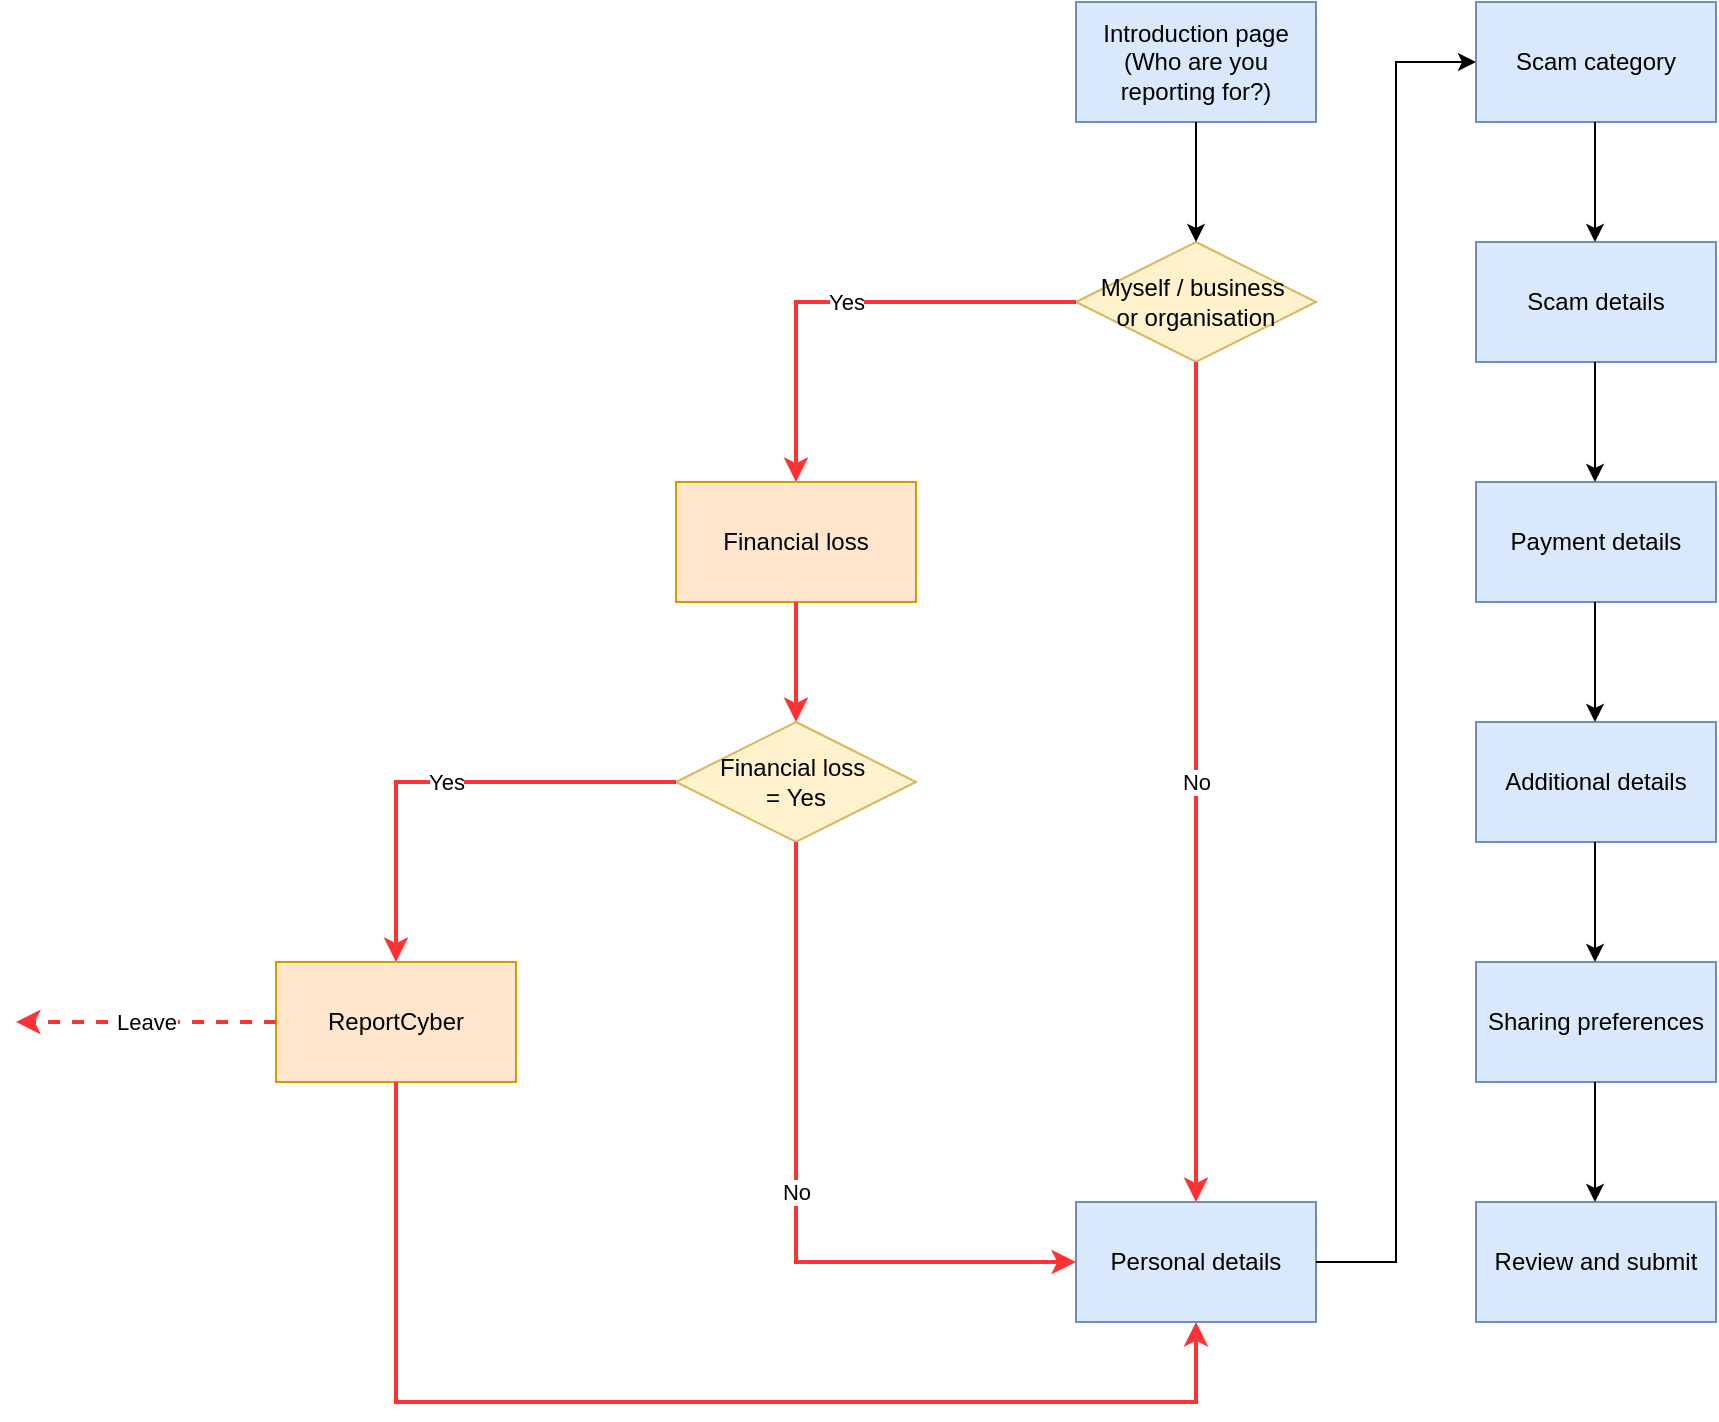
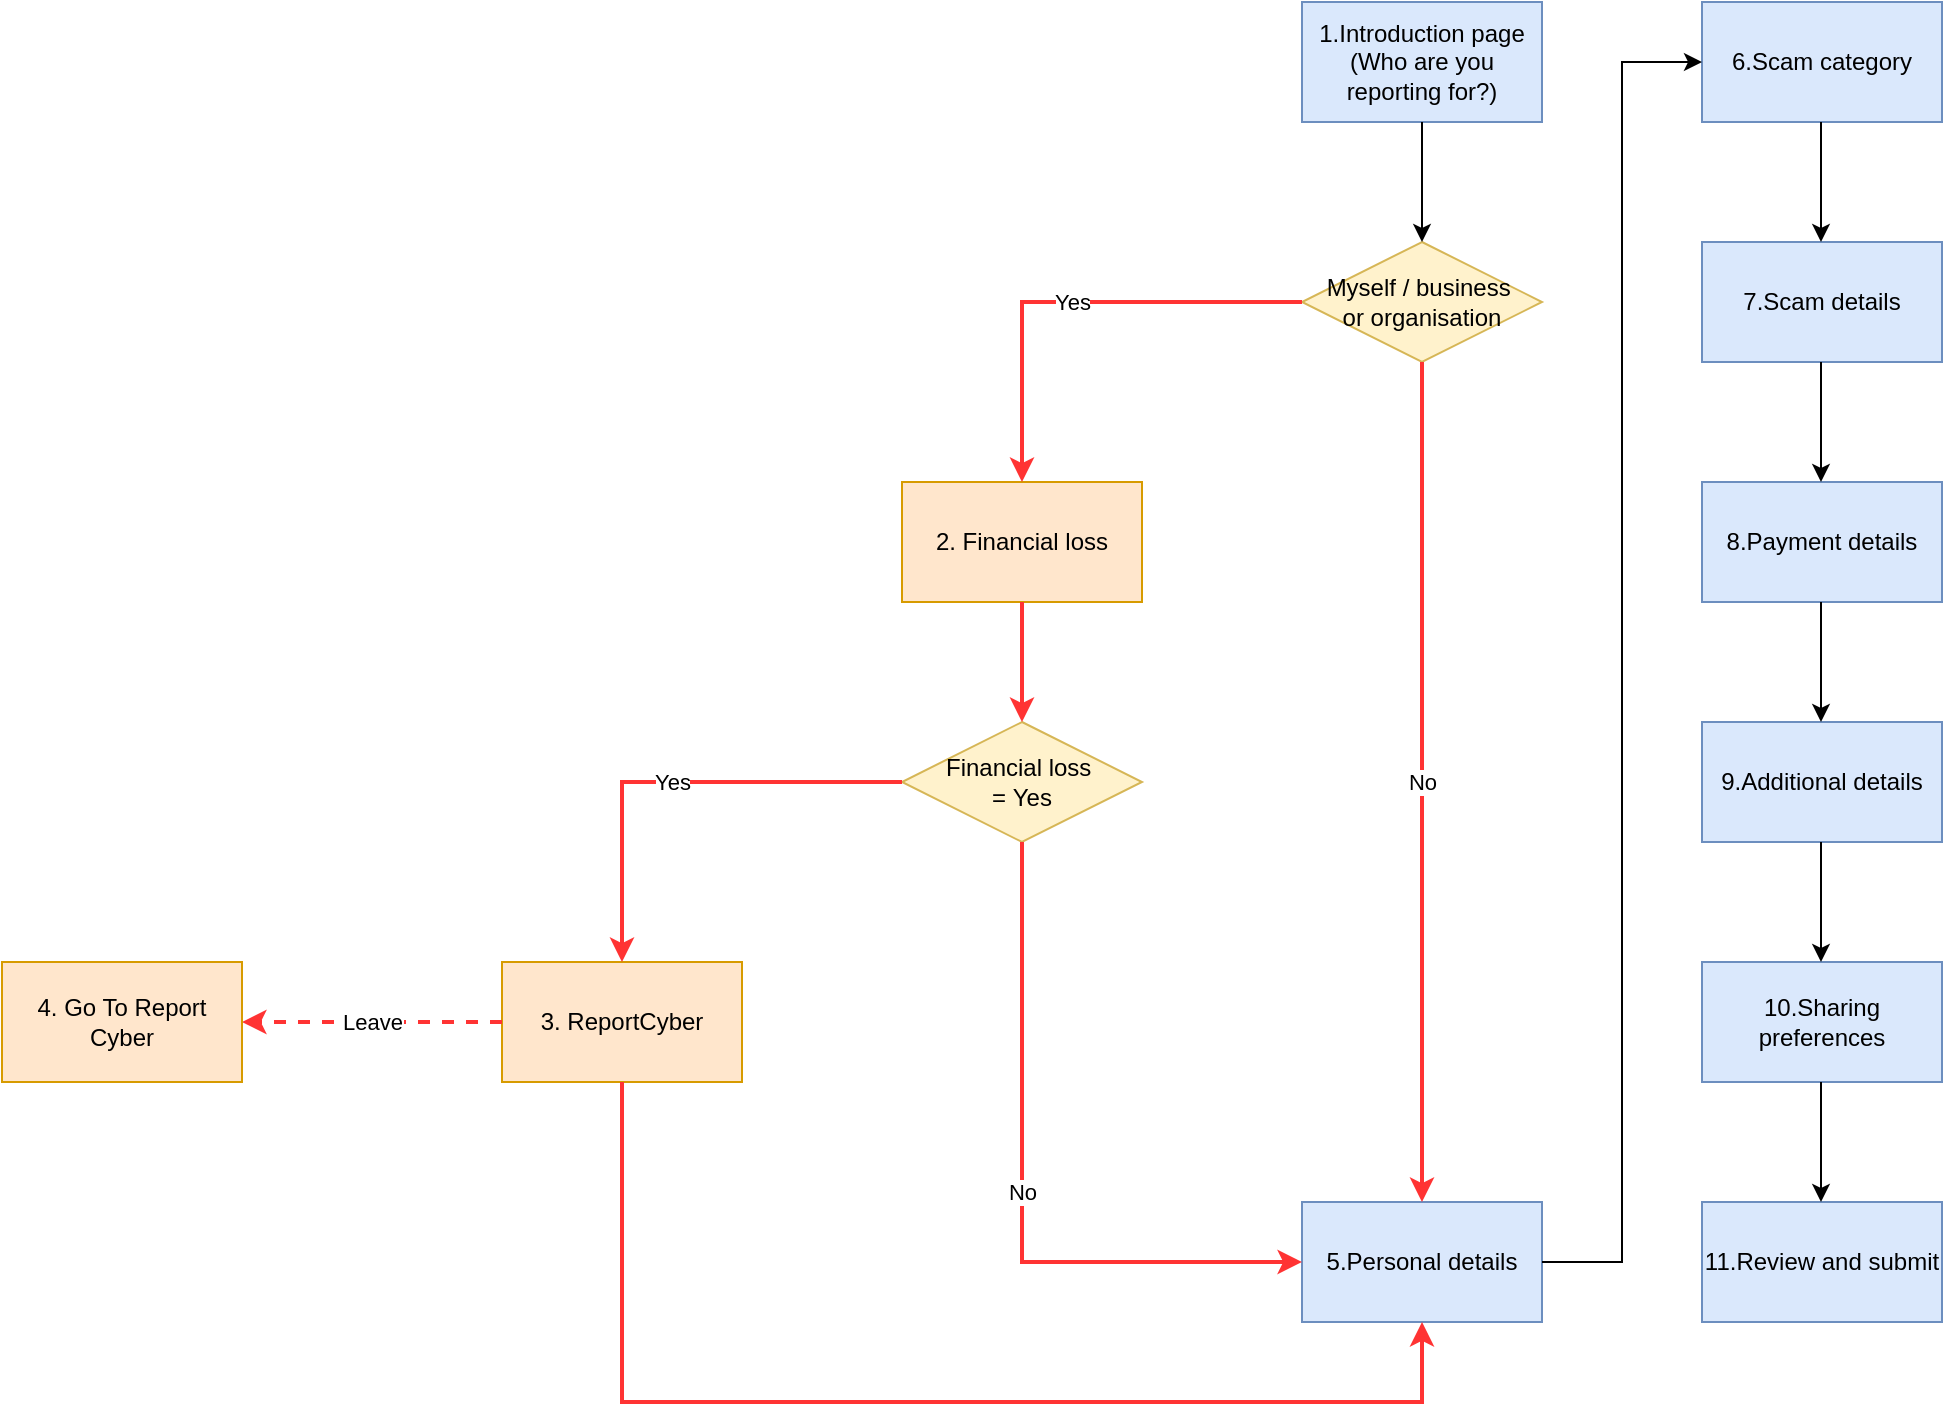
<mxfile host="app.diagrams.net">
  <diagram name="Page-1" id="5R2AMdUJlgugWLAjIMMc">
-     <mxGraphModel dx="1747" dy="874" grid="1" gridSize="10" guides="1" tooltips="1" connect="1" arrows="1" fold="1" page="1" pageScale="1" pageWidth="1654" pageHeight="1169" math="0" shadow="0">
+     <mxGraphModel dx="1485" dy="743" grid="1" gridSize="10" guides="1" tooltips="1" connect="1" arrows="1" fold="1" page="1" pageScale="1" pageWidth="1654" pageHeight="1169" math="0" shadow="0">
      <root>
        <mxCell id="0" />
        <mxCell id="1" parent="0" />
-         <mxCell id="2A-yJaVIM6fuK-rAq5Lo-1" parent="1" style="rounded=0;whiteSpace=wrap;html=1;fillColor=#dae8fc;strokeColor=#6c8ebf;" value="Introduction page&lt;div&gt;(Who are you reporting for?)&lt;/div&gt;" vertex="1">
+         <mxCell id="2A-yJaVIM6fuK-rAq5Lo-1" parent="1" style="rounded=0;whiteSpace=wrap;html=1;fillColor=#dae8fc;strokeColor=#6c8ebf;" value="1.Introduction page&lt;div&gt;(Who are you reporting for?)&lt;/div&gt;" vertex="1">
          <mxGeometry height="60" width="120" x="680" y="240" as="geometry" />
        </mxCell>
        <mxCell id="2A-yJaVIM6fuK-rAq5Lo-3" parent="1" style="rhombus;whiteSpace=wrap;html=1;fillColor=#fff2cc;strokeColor=#d6b656;" value="Myself / business&amp;nbsp;&lt;div&gt;or organisation&lt;/div&gt;" vertex="1">
          <mxGeometry height="60" width="120" x="680" y="360" as="geometry" />
        </mxCell>
-         <mxCell id="2A-yJaVIM6fuK-rAq5Lo-4" parent="1" style="rounded=0;whiteSpace=wrap;html=1;fillColor=#ffe6cc;strokeColor=#d79b00;" value="Financial loss" vertex="1">
+         <mxCell id="2A-yJaVIM6fuK-rAq5Lo-4" parent="1" style="rounded=0;whiteSpace=wrap;html=1;fillColor=#ffe6cc;strokeColor=#d79b00;" value="2. Financial loss" vertex="1">
          <mxGeometry height="60" width="120" x="480" y="480" as="geometry" />
        </mxCell>
        <mxCell id="2A-yJaVIM6fuK-rAq5Lo-5" edge="1" parent="1" source="2A-yJaVIM6fuK-rAq5Lo-3" style="endArrow=classic;html=1;rounded=0;exitX=0;exitY=0.5;exitDx=0;exitDy=0;entryX=0.5;entryY=0;entryDx=0;entryDy=0;strokeColor=#FF3333;strokeWidth=2;" target="2A-yJaVIM6fuK-rAq5Lo-4" value="Yes">
          <mxGeometry height="50" relative="1" width="50" as="geometry">
            <Array as="points">
              <mxPoint x="540" y="390" />
            </Array>
            <mxPoint x="770" y="480" as="sourcePoint" />
            <mxPoint x="820" y="430" as="targetPoint" />
          </mxGeometry>
        </mxCell>
        <mxCell id="2A-yJaVIM6fuK-rAq5Lo-6" parent="1" style="rhombus;whiteSpace=wrap;html=1;fillColor=#fff2cc;strokeColor=#d6b656;" value="Financial loss&amp;nbsp;&lt;div&gt;=&amp;nbsp;&lt;span style=&quot;background-color: transparent; color: light-dark(rgb(0, 0, 0), rgb(255, 255, 255));&quot;&gt;Yes&lt;/span&gt;&lt;/div&gt;" vertex="1">
          <mxGeometry height="60" width="120" x="480" y="600" as="geometry" />
        </mxCell>
-         <mxCell id="2A-yJaVIM6fuK-rAq5Lo-7" parent="1" style="rounded=0;whiteSpace=wrap;html=1;fillColor=#ffe6cc;strokeColor=#d79b00;" value="ReportCyber" vertex="1">
+         <mxCell id="2A-yJaVIM6fuK-rAq5Lo-7" parent="1" style="rounded=0;whiteSpace=wrap;html=1;fillColor=#ffe6cc;strokeColor=#d79b00;" value="3. ReportCyber" vertex="1">
          <mxGeometry height="60" width="120" x="280" y="720" as="geometry" />
        </mxCell>
        <mxCell id="2A-yJaVIM6fuK-rAq5Lo-8" edge="1" parent="1" style="endArrow=classic;html=1;rounded=0;exitX=0;exitY=0.5;exitDx=0;exitDy=0;entryX=0.5;entryY=0;entryDx=0;entryDy=0;strokeColor=#FF3333;strokeWidth=2;" value="Yes">
          <mxGeometry height="50" relative="1" width="50" as="geometry">
            <Array as="points">
              <mxPoint x="340" y="630" />
            </Array>
            <mxPoint x="480" y="630" as="sourcePoint" />
            <mxPoint x="340" y="720" as="targetPoint" />
          </mxGeometry>
        </mxCell>
-         <mxCell id="2A-yJaVIM6fuK-rAq5Lo-9" parent="1" style="rounded=0;whiteSpace=wrap;html=1;fillColor=#dae8fc;strokeColor=#6c8ebf;" value="Personal details" vertex="1">
+         <mxCell id="2A-yJaVIM6fuK-rAq5Lo-9" parent="1" style="rounded=0;whiteSpace=wrap;html=1;fillColor=#dae8fc;strokeColor=#6c8ebf;" value="5.Personal details" vertex="1">
          <mxGeometry height="60" width="120" x="680" y="840" as="geometry" />
        </mxCell>
        <mxCell id="2A-yJaVIM6fuK-rAq5Lo-10" edge="1" parent="1" source="2A-yJaVIM6fuK-rAq5Lo-3" style="endArrow=classic;html=1;rounded=0;exitX=0.5;exitY=1;exitDx=0;exitDy=0;entryX=0.5;entryY=0;entryDx=0;entryDy=0;strokeColor=#FF3333;strokeWidth=2;" target="2A-yJaVIM6fuK-rAq5Lo-9" value="No">
          <mxGeometry height="50" relative="1" width="50" as="geometry">
            <mxPoint x="770" y="690" as="sourcePoint" />
            <mxPoint x="820" y="640" as="targetPoint" />
          </mxGeometry>
        </mxCell>
        <mxCell id="2A-yJaVIM6fuK-rAq5Lo-11" edge="1" parent="1" source="2A-yJaVIM6fuK-rAq5Lo-4" style="endArrow=classic;html=1;rounded=0;exitX=0.5;exitY=1;exitDx=0;exitDy=0;strokeColor=#FF3333;strokeWidth=2;" target="2A-yJaVIM6fuK-rAq5Lo-6" value="">
          <mxGeometry height="50" relative="1" width="50" as="geometry">
            <mxPoint x="770" y="690" as="sourcePoint" />
            <mxPoint x="820" y="640" as="targetPoint" />
          </mxGeometry>
        </mxCell>
        <mxCell id="2A-yJaVIM6fuK-rAq5Lo-12" edge="1" parent="1" source="2A-yJaVIM6fuK-rAq5Lo-6" style="endArrow=classic;html=1;rounded=0;exitX=0.5;exitY=1;exitDx=0;exitDy=0;entryX=0;entryY=0.5;entryDx=0;entryDy=0;strokeColor=#FF3333;strokeWidth=2;" target="2A-yJaVIM6fuK-rAq5Lo-9" value="No">
          <mxGeometry height="50" relative="1" width="50" as="geometry">
            <Array as="points">
              <mxPoint x="540" y="870" />
            </Array>
            <mxPoint x="770" y="690" as="sourcePoint" />
            <mxPoint x="820" y="640" as="targetPoint" />
          </mxGeometry>
        </mxCell>
        <mxCell id="2A-yJaVIM6fuK-rAq5Lo-14" edge="1" parent="1" source="2A-yJaVIM6fuK-rAq5Lo-1" style="endArrow=classic;html=1;rounded=0;exitX=0.5;exitY=1;exitDx=0;exitDy=0;entryX=0.5;entryY=0;entryDx=0;entryDy=0;" target="2A-yJaVIM6fuK-rAq5Lo-3" value="">
          <mxGeometry height="50" relative="1" width="50" as="geometry">
            <mxPoint x="1140" y="320" as="sourcePoint" />
            <mxPoint x="1140" y="380" as="targetPoint" />
          </mxGeometry>
        </mxCell>
-         <mxCell id="2A-yJaVIM6fuK-rAq5Lo-15" parent="1" style="rounded=0;whiteSpace=wrap;html=1;fillColor=#dae8fc;strokeColor=#6c8ebf;" value="Scam category" vertex="1">
+         <mxCell id="2A-yJaVIM6fuK-rAq5Lo-15" parent="1" style="rounded=0;whiteSpace=wrap;html=1;fillColor=#dae8fc;strokeColor=#6c8ebf;" value="6.Scam category" vertex="1">
          <mxGeometry height="60" width="120" x="880" y="240" as="geometry" />
        </mxCell>
-         <mxCell id="2A-yJaVIM6fuK-rAq5Lo-16" parent="1" style="rounded=0;whiteSpace=wrap;html=1;fillColor=#dae8fc;strokeColor=#6c8ebf;" value="Scam details" vertex="1">
+         <mxCell id="2A-yJaVIM6fuK-rAq5Lo-16" parent="1" style="rounded=0;whiteSpace=wrap;html=1;fillColor=#dae8fc;strokeColor=#6c8ebf;" value="7.Scam details" vertex="1">
          <mxGeometry height="60" width="120" x="880" y="360" as="geometry" />
        </mxCell>
-         <mxCell id="2A-yJaVIM6fuK-rAq5Lo-17" parent="1" style="rounded=0;whiteSpace=wrap;html=1;fillColor=#dae8fc;strokeColor=#6c8ebf;" value="Payment details" vertex="1">
+         <mxCell id="2A-yJaVIM6fuK-rAq5Lo-17" parent="1" style="rounded=0;whiteSpace=wrap;html=1;fillColor=#dae8fc;strokeColor=#6c8ebf;" value="8.Payment details" vertex="1">
          <mxGeometry height="60" width="120" x="880" y="480" as="geometry" />
        </mxCell>
-         <mxCell id="2A-yJaVIM6fuK-rAq5Lo-18" parent="1" style="rounded=0;whiteSpace=wrap;html=1;fillColor=#dae8fc;strokeColor=#6c8ebf;" value="Additional details" vertex="1">
+         <mxCell id="2A-yJaVIM6fuK-rAq5Lo-18" parent="1" style="rounded=0;whiteSpace=wrap;html=1;fillColor=#dae8fc;strokeColor=#6c8ebf;" value="9.Additional details" vertex="1">
          <mxGeometry height="60" width="120" x="880" y="600" as="geometry" />
        </mxCell>
-         <mxCell id="2A-yJaVIM6fuK-rAq5Lo-19" parent="1" style="rounded=0;whiteSpace=wrap;html=1;fillColor=#dae8fc;strokeColor=#6c8ebf;" value="Sharing preferences" vertex="1">
+         <mxCell id="2A-yJaVIM6fuK-rAq5Lo-19" parent="1" style="rounded=0;whiteSpace=wrap;html=1;fillColor=#dae8fc;strokeColor=#6c8ebf;" value="10.Sharing preferences" vertex="1">
          <mxGeometry height="60" width="120" x="880" y="720" as="geometry" />
        </mxCell>
-         <mxCell id="2A-yJaVIM6fuK-rAq5Lo-20" parent="1" style="rounded=0;whiteSpace=wrap;html=1;fillColor=#dae8fc;strokeColor=#6c8ebf;" value="Review and submit" vertex="1">
+         <mxCell id="2A-yJaVIM6fuK-rAq5Lo-20" parent="1" style="rounded=0;whiteSpace=wrap;html=1;fillColor=#dae8fc;strokeColor=#6c8ebf;" value="11.Review and submit" vertex="1">
          <mxGeometry height="60" width="120" x="880" y="840" as="geometry" />
        </mxCell>
        <mxCell id="2A-yJaVIM6fuK-rAq5Lo-21" edge="1" parent="1" source="2A-yJaVIM6fuK-rAq5Lo-9" style="endArrow=classic;html=1;rounded=0;exitX=1;exitY=0.5;exitDx=0;exitDy=0;entryX=0;entryY=0.5;entryDx=0;entryDy=0;" target="2A-yJaVIM6fuK-rAq5Lo-15" value="">
          <mxGeometry height="50" relative="1" width="50" as="geometry">
            <Array as="points">
              <mxPoint x="820" y="870" />
              <mxPoint x="840" y="870" />
              <mxPoint x="840" y="270" />
            </Array>
            <mxPoint x="739.5" y="900" as="sourcePoint" />
            <mxPoint x="830" y="150" as="targetPoint" />
          </mxGeometry>
        </mxCell>
        <mxCell id="2A-yJaVIM6fuK-rAq5Lo-22" edge="1" parent="1" style="endArrow=classic;html=1;rounded=0;exitX=0.5;exitY=1;exitDx=0;exitDy=0;entryX=0.5;entryY=0;entryDx=0;entryDy=0;" value="">
          <mxGeometry height="50" relative="1" width="50" as="geometry">
            <mxPoint x="939.5" y="300" as="sourcePoint" />
            <mxPoint x="939.5" y="360" as="targetPoint" />
          </mxGeometry>
        </mxCell>
        <mxCell id="2A-yJaVIM6fuK-rAq5Lo-23" edge="1" parent="1" style="endArrow=classic;html=1;rounded=0;exitX=0.5;exitY=1;exitDx=0;exitDy=0;entryX=0.5;entryY=0;entryDx=0;entryDy=0;" value="">
          <mxGeometry height="50" relative="1" width="50" as="geometry">
            <mxPoint x="939.5" y="420" as="sourcePoint" />
            <mxPoint x="939.5" y="480" as="targetPoint" />
          </mxGeometry>
        </mxCell>
        <mxCell id="2A-yJaVIM6fuK-rAq5Lo-24" edge="1" parent="1" style="endArrow=classic;html=1;rounded=0;exitX=0.5;exitY=1;exitDx=0;exitDy=0;entryX=0.5;entryY=0;entryDx=0;entryDy=0;" value="">
          <mxGeometry height="50" relative="1" width="50" as="geometry">
            <mxPoint x="939.5" y="540" as="sourcePoint" />
            <mxPoint x="939.5" y="600" as="targetPoint" />
          </mxGeometry>
        </mxCell>
        <mxCell id="2A-yJaVIM6fuK-rAq5Lo-25" edge="1" parent="1" style="endArrow=classic;html=1;rounded=0;exitX=0.5;exitY=1;exitDx=0;exitDy=0;entryX=0.5;entryY=0;entryDx=0;entryDy=0;" value="">
          <mxGeometry height="50" relative="1" width="50" as="geometry">
            <mxPoint x="939.5" y="660" as="sourcePoint" />
            <mxPoint x="939.5" y="720" as="targetPoint" />
          </mxGeometry>
        </mxCell>
        <mxCell id="2A-yJaVIM6fuK-rAq5Lo-26" edge="1" parent="1" style="endArrow=classic;html=1;rounded=0;exitX=0.5;exitY=1;exitDx=0;exitDy=0;entryX=0.5;entryY=0;entryDx=0;entryDy=0;" value="">
          <mxGeometry height="50" relative="1" width="50" as="geometry">
            <mxPoint x="939.5" y="780" as="sourcePoint" />
            <mxPoint x="939.5" y="840" as="targetPoint" />
          </mxGeometry>
        </mxCell>
        <mxCell id="2A-yJaVIM6fuK-rAq5Lo-27" edge="1" parent="1" source="2A-yJaVIM6fuK-rAq5Lo-7" style="endArrow=classic;html=1;rounded=0;exitX=0.5;exitY=1;exitDx=0;exitDy=0;entryX=0.5;entryY=1;entryDx=0;entryDy=0;strokeColor=#FF3333;strokeWidth=2;" target="2A-yJaVIM6fuK-rAq5Lo-9" value="">
          <mxGeometry height="50" relative="1" width="50" as="geometry">
            <Array as="points">
              <mxPoint x="340" y="940" />
              <mxPoint x="740" y="940" />
            </Array>
            <mxPoint x="550" y="880" as="sourcePoint" />
            <mxPoint x="720" y="990" as="targetPoint" />
          </mxGeometry>
        </mxCell>
        <mxCell id="2A-yJaVIM6fuK-rAq5Lo-28" edge="1" parent="1" source="2A-yJaVIM6fuK-rAq5Lo-7" style="endArrow=classic;html=1;rounded=0;exitX=0;exitY=0.5;exitDx=0;exitDy=0;dashed=1;strokeColor=#FF3333;strokeWidth=2;" value="Leave">
          <mxGeometry height="50" relative="1" width="50" as="geometry">
            <mxPoint x="490" y="770" as="sourcePoint" />
            <mxPoint x="150" y="750" as="targetPoint" />
          </mxGeometry>
        </mxCell>
+         <mxCell id="5BQIXbTW-MojiV2z3gnS-1" parent="1" style="rounded=0;whiteSpace=wrap;html=1;fillColor=#ffe6cc;strokeColor=#d79b00;" value="4. Go To Report Cyber" vertex="1">
+           <mxGeometry height="60" width="120" x="30" y="720" as="geometry" />
+         </mxCell>
      </root>
    </mxGraphModel>
  </diagram>
</mxfile>
